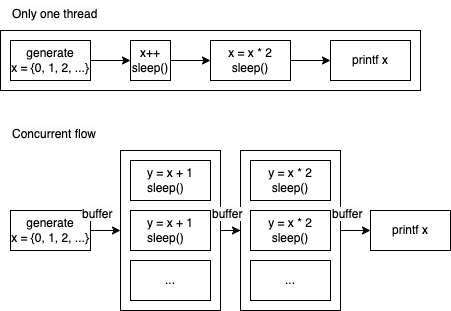
Earlier version of the draw.io export ConcurrencyDesign.png (JohnBlue-firm/Concurrency_By_ProducerConsumer). Source tidied: cells renumbered, new cells last; positions are measured from the earlier drawing's top-left corner, leaving out a move shared by most shapes. Its diagram source:
```xml
<mxGraphModel>
  <root>
    <mxCell id="0" />
    <mxCell id="1" parent="0" />
    <mxCell id="2" style="edgeStyle=orthogonalEdgeStyle;rounded=0;jettySize=auto;html=1;entryX=0;entryY=0.5;entryDx=0;entryDy=0;" parent="1" edge="1" source="3" target="20">
      <mxGeometry relative="1" as="geometry" />
    </mxCell>
    <mxCell id="3" value="&lt;div style=&quot;border-color: var(--border-color); text-align: left;&quot;&gt;&lt;br&gt;&lt;/div&gt;" style="rounded=0;whiteSpace=wrap;html=1;fontSize=12;fontColor=#000000;" parent="1" vertex="1">
      <mxGeometry x="240" y="150" width="100" height="160" as="geometry" />
    </mxCell>
    <mxCell id="4" style="edgeStyle=orthogonalEdgeStyle;rounded=0;jettySize=auto;html=1;entryX=0;entryY=0.5;entryDx=0;entryDy=0;" parent="1" edge="1" source="5" target="3">
      <mxGeometry relative="1" as="geometry" />
    </mxCell>
    <mxCell id="5" value="&lt;div style=&quot;border-color: var(--border-color); text-align: left;&quot;&gt;&lt;br&gt;&lt;/div&gt;" style="rounded=0;whiteSpace=wrap;html=1;fontSize=12;fontColor=#000000;" parent="1" vertex="1">
      <mxGeometry x="120" y="150" width="100" height="160" as="geometry" />
    </mxCell>
    <mxCell id="6" style="rounded=0;whiteSpace=wrap;html=1;" parent="1" vertex="1">
      <mxGeometry y="30" width="420" height="60" as="geometry" />
    </mxCell>
    <mxCell id="7" value="&lt;div style=&quot;border-color: var(--border-color); color: rgb(0, 0, 0); font-family: Helvetica; font-size: 12px; font-style: normal; font-variant-ligatures: normal; font-variant-caps: normal; font-weight: 400; letter-spacing: normal; orphans: 2; text-align: left; text-indent: 0px; text-transform: none; widows: 2; word-spacing: 0px; -webkit-text-stroke-width: 0px; background-color: rgb(251, 251, 251); text-decoration-thickness: initial; text-decoration-style: initial; text-decoration-color: initial;&quot;&gt;&lt;div style=&quot;border-color: var(--border-color);&quot;&gt;Only one thread&lt;/div&gt;&lt;/div&gt;" style="text;whiteSpace=wrap;html=1;fontSize=12;fontColor=#000000;" parent="1" vertex="1">
      <mxGeometry x="10" width="120" height="30" as="geometry" />
    </mxCell>
    <mxCell id="8" style="edgeStyle=orthogonalEdgeStyle;rounded=0;jettySize=auto;html=1;entryX=0;entryY=0.5;entryDx=0;entryDy=0;fontSize=12;fontColor=#000000;endArrow=classic;endFill=1;" parent="1" edge="1" source="9" target="11">
      <mxGeometry relative="1" as="geometry" />
    </mxCell>
    <mxCell id="9" value="&lt;div style=&quot;border-color: var(--border-color);&quot;&gt;generate&lt;/div&gt;&lt;div style=&quot;border-color: var(--border-color);&quot;&gt;x = {0, 1, 2, ...}&lt;/div&gt;" style="rounded=0;whiteSpace=wrap;html=1;fontSize=12;fontColor=#000000;align=center;" parent="1" vertex="1">
      <mxGeometry x="10" y="40" width="80" height="40" as="geometry" />
    </mxCell>
    <mxCell id="10" style="edgeStyle=orthogonalEdgeStyle;rounded=0;jettySize=auto;html=1;entryX=0;entryY=0.5;entryDx=0;entryDy=0;fontSize=12;fontColor=#000000;endArrow=classic;endFill=1;exitX=1;exitY=0.5;exitDx=0;exitDy=0;" parent="1" edge="1" source="11" target="13">
      <mxGeometry relative="1" as="geometry" />
    </mxCell>
    <mxCell id="11" value="&lt;div style=&quot;border-color: var(--border-color);&quot;&gt;x++&lt;/div&gt;&lt;div style=&quot;border-color: var(--border-color);&quot;&gt;sleep()&lt;/div&gt;" style="rounded=0;whiteSpace=wrap;html=1;fontSize=12;fontColor=#000000;align=center;" parent="1" vertex="1">
      <mxGeometry x="130" y="40" width="40" height="40" as="geometry" />
    </mxCell>
    <mxCell id="12" style="edgeStyle=orthogonalEdgeStyle;rounded=0;jettySize=auto;html=1;entryX=0;entryY=0.5;entryDx=0;entryDy=0;fontSize=12;fontColor=#000000;endArrow=classic;endFill=1;" parent="1" edge="1" source="13" target="14">
      <mxGeometry relative="1" as="geometry" />
    </mxCell>
    <mxCell id="13" value="x = x * 2&lt;div&gt;sleep()&lt;br&gt;&lt;/div&gt;" style="rounded=0;whiteSpace=wrap;html=1;fontSize=12;fontColor=#000000;" parent="1" vertex="1">
      <mxGeometry x="210" y="40" width="80" height="40" as="geometry" />
    </mxCell>
    <mxCell id="14" value="&lt;div style=&quot;border-color: var(--border-color); text-align: left;&quot;&gt;printf x&lt;/div&gt;" style="rounded=0;whiteSpace=wrap;html=1;fontSize=12;fontColor=#000000;" parent="1" vertex="1">
      <mxGeometry x="330" y="40" width="80" height="40" as="geometry" />
    </mxCell>
    <mxCell id="15" value="&lt;div style=&quot;border-color: var(--border-color); color: rgb(0, 0, 0); font-family: Helvetica; font-size: 12px; font-style: normal; font-variant-ligatures: normal; font-variant-caps: normal; font-weight: 400; letter-spacing: normal; orphans: 2; text-align: left; text-indent: 0px; text-transform: none; widows: 2; word-spacing: 0px; -webkit-text-stroke-width: 0px; background-color: rgb(251, 251, 251); text-decoration-thickness: initial; text-decoration-style: initial; text-decoration-color: initial;&quot;&gt;&lt;div style=&quot;border-color: var(--border-color);&quot;&gt;Concurrent flow&lt;/div&gt;&lt;/div&gt;" style="text;whiteSpace=wrap;html=1;fontSize=12;fontColor=#000000;" parent="1" vertex="1">
      <mxGeometry x="10" y="120" width="120" height="40" as="geometry" />
    </mxCell>
    <mxCell id="16" style="edgeStyle=orthogonalEdgeStyle;rounded=0;jettySize=auto;html=1;" parent="1" edge="1" source="17" target="5">
      <mxGeometry relative="1" as="geometry" />
    </mxCell>
    <mxCell id="17" value="&lt;div style=&quot;border-color: var(--border-color);&quot;&gt;generate&lt;/div&gt;&lt;div style=&quot;border-color: var(--border-color);&quot;&gt;x = {0, 1, 2, ...}&lt;/div&gt;" style="rounded=0;whiteSpace=wrap;html=1;fontSize=12;fontColor=#000000;align=center;" parent="1" vertex="1">
      <mxGeometry x="10" y="210" width="80" height="40" as="geometry" />
    </mxCell>
    <mxCell id="18" value="&lt;div style=&quot;border-color: var(--border-color); text-align: left;&quot;&gt;y = x + 1&lt;/div&gt;&lt;div style=&quot;border-color: var(--border-color); text-align: left;&quot;&gt;&lt;span style=&quot;text-align: center;&quot;&gt;sleep()&lt;/span&gt;&lt;br&gt;&lt;/div&gt;" style="rounded=0;whiteSpace=wrap;html=1;fontSize=12;fontColor=#000000;" parent="1" vertex="1">
      <mxGeometry x="130" y="160" width="80" height="40" as="geometry" />
    </mxCell>
    <mxCell id="19" value="y = x * 2&lt;div&gt;sleep()&lt;br&gt;&lt;/div&gt;" style="rounded=0;whiteSpace=wrap;html=1;fontSize=12;fontColor=#000000;" parent="1" vertex="1">
      <mxGeometry x="250" y="160" width="80" height="40" as="geometry" />
    </mxCell>
    <mxCell id="20" value="&lt;div style=&quot;border-color: var(--border-color); text-align: left;&quot;&gt;printf x&lt;/div&gt;" style="rounded=0;whiteSpace=wrap;html=1;fontSize=12;fontColor=#000000;" parent="1" vertex="1">
      <mxGeometry x="370" y="210" width="80" height="40" as="geometry" />
    </mxCell>
    <mxCell id="21" value="&lt;div style=&quot;border-color: var(--border-color); text-align: left;&quot;&gt;y = x + 1&lt;/div&gt;&lt;div style=&quot;border-color: var(--border-color); text-align: left;&quot;&gt;&lt;span style=&quot;text-align: center;&quot;&gt;sleep()&lt;/span&gt;&lt;br&gt;&lt;/div&gt;" style="rounded=0;whiteSpace=wrap;html=1;fontSize=12;fontColor=#000000;" parent="1" vertex="1">
      <mxGeometry x="130" y="210" width="80" height="40" as="geometry" />
    </mxCell>
    <mxCell id="22" value="y = x * 2&lt;div&gt;sleep()&lt;br&gt;&lt;/div&gt;" style="rounded=0;whiteSpace=wrap;html=1;fontSize=12;fontColor=#000000;" parent="1" vertex="1">
      <mxGeometry x="250" y="210" width="80" height="40" as="geometry" />
    </mxCell>
    <mxCell id="23" value="&lt;div style=&quot;border-color: var(--border-color); text-align: left;&quot;&gt;...&lt;/div&gt;" style="rounded=0;whiteSpace=wrap;html=1;fontSize=12;fontColor=#000000;" parent="1" vertex="1">
      <mxGeometry x="130" y="260" width="80" height="40" as="geometry" />
    </mxCell>
    <mxCell id="24" value="&lt;div style=&quot;border-color: var(--border-color); text-align: left;&quot;&gt;...&lt;/div&gt;" style="rounded=0;whiteSpace=wrap;html=1;fontSize=12;fontColor=#000000;" parent="1" vertex="1">
      <mxGeometry x="250" y="260" width="80" height="40" as="geometry" />
    </mxCell>
    <mxCell id="25" value="&lt;div style=&quot;border-color: var(--border-color); color: rgb(0, 0, 0); font-family: Helvetica; font-size: 12px; font-style: normal; font-variant-ligatures: normal; font-variant-caps: normal; font-weight: 400; letter-spacing: normal; orphans: 2; text-align: left; text-indent: 0px; text-transform: none; widows: 2; word-spacing: 0px; -webkit-text-stroke-width: 0px; background-color: rgb(251, 251, 251); text-decoration-thickness: initial; text-decoration-style: initial; text-decoration-color: initial;&quot;&gt;&lt;div style=&quot;border-color: var(--border-color);&quot;&gt;buffer&lt;/div&gt;&lt;/div&gt;" style="text;whiteSpace=wrap;html=1;fontSize=12;fontColor=#000000;" parent="1" vertex="1">
      <mxGeometry x="80" y="200" width="40" height="40" as="geometry" />
    </mxCell>
    <mxCell id="26" value="&lt;div style=&quot;border-color: var(--border-color); color: rgb(0, 0, 0); font-family: Helvetica; font-size: 12px; font-style: normal; font-variant-ligatures: normal; font-variant-caps: normal; font-weight: 400; letter-spacing: normal; orphans: 2; text-align: left; text-indent: 0px; text-transform: none; widows: 2; word-spacing: 0px; -webkit-text-stroke-width: 0px; background-color: rgb(251, 251, 251); text-decoration-thickness: initial; text-decoration-style: initial; text-decoration-color: initial;&quot;&gt;&lt;div style=&quot;border-color: var(--border-color);&quot;&gt;buffer&lt;/div&gt;&lt;/div&gt;" style="text;whiteSpace=wrap;html=1;fontSize=12;fontColor=#000000;" parent="1" vertex="1">
      <mxGeometry x="210" y="200" width="40" height="40" as="geometry" />
    </mxCell>
    <mxCell id="27" value="&lt;div style=&quot;border-color: var(--border-color); color: rgb(0, 0, 0); font-family: Helvetica; font-size: 12px; font-style: normal; font-variant-ligatures: normal; font-variant-caps: normal; font-weight: 400; letter-spacing: normal; orphans: 2; text-align: left; text-indent: 0px; text-transform: none; widows: 2; word-spacing: 0px; -webkit-text-stroke-width: 0px; background-color: rgb(251, 251, 251); text-decoration-thickness: initial; text-decoration-style: initial; text-decoration-color: initial;&quot;&gt;&lt;div style=&quot;border-color: var(--border-color);&quot;&gt;buffer&lt;/div&gt;&lt;/div&gt;" style="text;whiteSpace=wrap;html=1;fontSize=12;fontColor=#000000;" parent="1" vertex="1">
      <mxGeometry x="330" y="200" width="40" height="40" as="geometry" />
    </mxCell>
  </root>
</mxGraphModel>
```
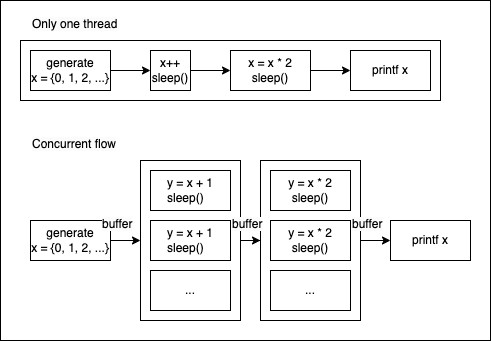
Later version of the same file.

What changed in the source:
```diff
@@ -2,6 +2,9 @@
   <root>
     <mxCell id="0" />
     <mxCell id="1" parent="0" />
+    <mxCell id="28" value="&lt;div style=&quot;border-color: var(--border-color); text-align: left;&quot;&gt;&lt;br&gt;&lt;/div&gt;" style="rounded=0;whiteSpace=wrap;html=1;fontSize=12;fontColor=#000000;" parent="1" vertex="1">
+      <mxGeometry x="-20" y="-10" width="490" height="340" as="geometry" />
+    </mxCell>
     <mxCell id="2" style="edgeStyle=orthogonalEdgeStyle;rounded=0;jettySize=auto;html=1;entryX=0;entryY=0.5;entryDx=0;entryDy=0;" parent="1" edge="1" source="3" target="20">
       <mxGeometry relative="1" as="geometry" />
     </mxCell>
```
